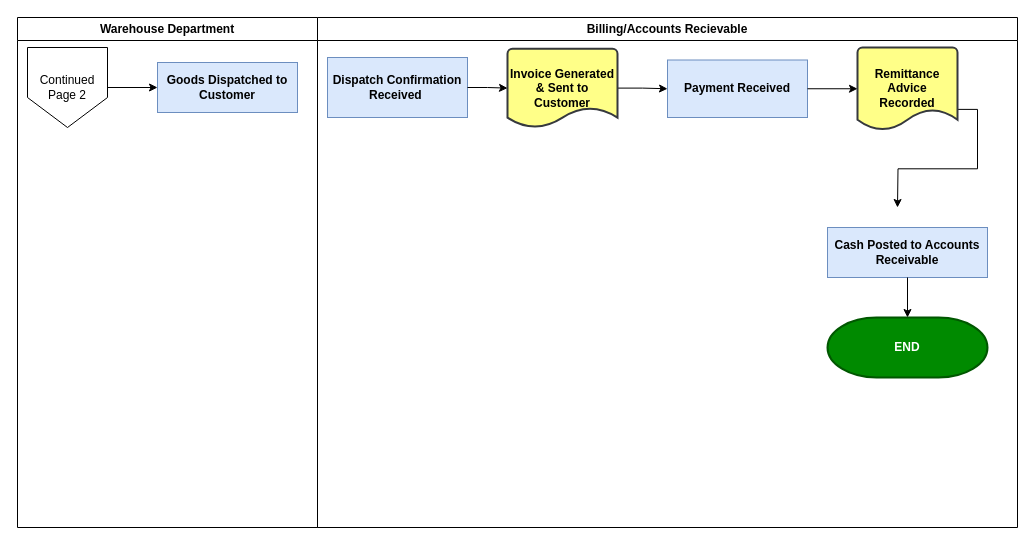
Earlier version of the draw.io diagram page "Page 2" (2 of 2) of Revenue_Cycle_Controls.drawio (andressiguenza/drawio). Source tidied: cells renumbered, new cells numbered last; positions are measured from the earlier drawing's top-left corner, leaving out a move shared by most shapes. Both pictures are drawn from the tidied source at 100%, with x=0, y=0 at pixel (17, 17).
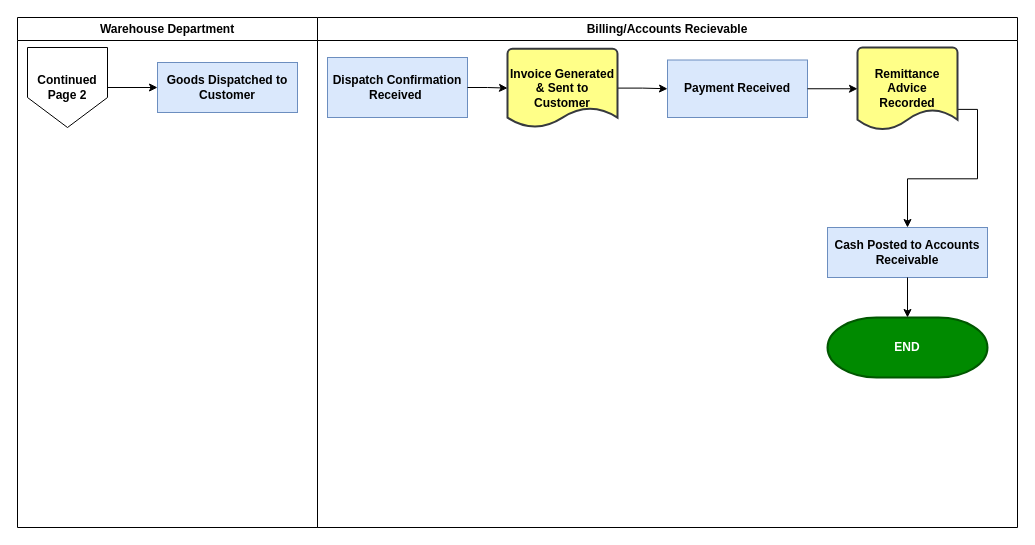
The same diagram, later.

Change to the diagram source:
```diff
@@
 <mxGraphModel>
   <root>
     <mxCell id="0" />
     <mxCell id="1" parent="0" />
     <mxCell id="2" style="edgeStyle=orthogonalEdgeStyle;rounded=0;jettySize=auto;html=1;" parent="1" edge="1" source="3" target="4">
       <mxGeometry relative="1" as="geometry" />
     </mxCell>
-    <mxCell id="3" value="Continued Page 2" style="shape=offPageConnector;whiteSpace=wrap;html=1;" parent="1" vertex="1">
+    <mxCell id="3" value="&lt;b&gt;Continued Page 2&lt;/b&gt;" style="shape=offPageConnector;whiteSpace=wrap;html=1;" parent="1" vertex="1">
       <mxGeometry x="10" y="30" width="80" height="80" as="geometry" />
     </mxCell>
     <mxCell id="4" value="&lt;b&gt;Goods Dispatched to Customer&lt;/b&gt;" style="html=1;dashed=0;whiteSpace=wrap;fillColor=#dae8fc;strokeColor=#6c8ebf;" parent="1" vertex="1">
       <mxGeometry x="140" y="45" width="140" height="50" as="geometry" />
     </mxCell>
     <mxCell id="5" value="Warehouse Department" style="swimlane;whiteSpace=wrap;html=1;" parent="1" vertex="1">
       <mxGeometry width="300" height="510" as="geometry" />
     </mxCell>
     <mxCell id="6" value="Billing/Accounts Recievable" style="swimlane;whiteSpace=wrap;html=1;" parent="1" vertex="1">
       <mxGeometry x="300" width="700" height="510" as="geometry" />
     </mxCell>
     <mxCell id="7" value="&lt;b&gt;Dispatch Confirmation Received&amp;nbsp;&lt;/b&gt;" style="html=1;dashed=0;whiteSpace=wrap;fillColor=#dae8fc;strokeColor=#6c8ebf;" parent="6" vertex="1">
       <mxGeometry x="10" y="40" width="140" height="60" as="geometry" />
     </mxCell>
     <mxCell id="8" style="edgeStyle=orthogonalEdgeStyle;rounded=0;jettySize=auto;html=1;exitX=1;exitY=0.5;exitDx=0;exitDy=0;exitPerimeter=0;entryX=0;entryY=0.5;entryDx=0;entryDy=0;" parent="6" edge="1" source="9" target="11">
       <mxGeometry relative="1" as="geometry" />
     </mxCell>
     <mxCell id="9" value="&lt;b&gt;Invoice Generated &amp;amp; Sent to Customer&lt;/b&gt;" style="strokeWidth=2;html=1;shape=mxgraph.flowchart.document2;whiteSpace=wrap;size=0.25;fillColor=#ffff88;strokeColor=#36393d;" parent="6" vertex="1">
       <mxGeometry x="190" y="31.2" width="110" height="78.8" as="geometry" />
     </mxCell>
     <mxCell id="10" style="edgeStyle=orthogonalEdgeStyle;rounded=0;jettySize=auto;html=1;exitX=1;exitY=0.5;exitDx=0;exitDy=0;entryX=0;entryY=0.5;entryDx=0;entryDy=0;entryPerimeter=0;" parent="6" edge="1" source="7" target="9">
       <mxGeometry relative="1" as="geometry" />
     </mxCell>
     <mxCell id="11" value="&lt;b&gt;Payment Received&lt;/b&gt;" style="html=1;dashed=0;whiteSpace=wrap;fillColor=#dae8fc;strokeColor=#6c8ebf;" parent="6" vertex="1">
       <mxGeometry x="350" y="42.5" width="140" height="57.5" as="geometry" />
     </mxCell>
-    <mxCell id="12" style="edgeStyle=orthogonalEdgeStyle;rounded=0;jettySize=auto;html=1;exitX=1;exitY=0.75;exitDx=0;exitDy=0;exitPerimeter=0;" parent="6" edge="1" source="13">
-      <mxGeometry relative="1" as="geometry">
-        <mxPoint x="580" y="190" as="targetPoint" />
-      </mxGeometry>
+    <mxCell id="12" style="edgeStyle=orthogonalEdgeStyle;rounded=0;jettySize=auto;html=1;exitX=1;exitY=0.75;exitDx=0;exitDy=0;exitPerimeter=0;entryX=0.5;entryY=0;entryDx=0;entryDy=0;" parent="6" edge="1" source="13" target="15">
+      <mxGeometry relative="1" as="geometry" />
     </mxCell>
     <mxCell id="13" value="&lt;b&gt;Remittance Advice Recorded&lt;/b&gt;" style="strokeWidth=2;html=1;shape=mxgraph.flowchart.document2;whiteSpace=wrap;size=0.25;fillColor=#ffff88;strokeColor=#36393d;" parent="6" vertex="1">
       <mxGeometry x="540" y="30" width="100" height="82.5" as="geometry" />
     </mxCell>
     <mxCell id="14" style="edgeStyle=orthogonalEdgeStyle;rounded=0;jettySize=auto;html=1;exitX=1;exitY=0.5;exitDx=0;exitDy=0;entryX=0;entryY=0.5;entryDx=0;entryDy=0;entryPerimeter=0;" parent="6" edge="1" source="11" target="13">
       <mxGeometry relative="1" as="geometry" />
     </mxCell>
     <mxCell id="15" value="&lt;b&gt;Cash Posted to Accounts Receivable&lt;/b&gt;" style="html=1;dashed=0;whiteSpace=wrap;fillColor=#dae8fc;strokeColor=#6c8ebf;" parent="6" vertex="1">
       <mxGeometry x="510" y="210" width="160" height="50" as="geometry" />
     </mxCell>
     <mxCell id="16" value="&lt;b&gt;END&lt;/b&gt;" style="strokeWidth=2;html=1;shape=mxgraph.flowchart.terminator;whiteSpace=wrap;fillColor=#008a00;fontColor=#ffffff;strokeColor=#005700;" parent="6" vertex="1">
       <mxGeometry x="510" y="300" width="160" height="60" as="geometry" />
     </mxCell>
     <mxCell id="17" style="edgeStyle=orthogonalEdgeStyle;rounded=0;jettySize=auto;html=1;exitX=0.5;exitY=1;exitDx=0;exitDy=0;entryX=0.5;entryY=0;entryDx=0;entryDy=0;entryPerimeter=0;" parent="6" edge="1" source="15" target="16">
       <mxGeometry relative="1" as="geometry" />
     </mxCell>
   </root>
 </mxGraphModel>
```
